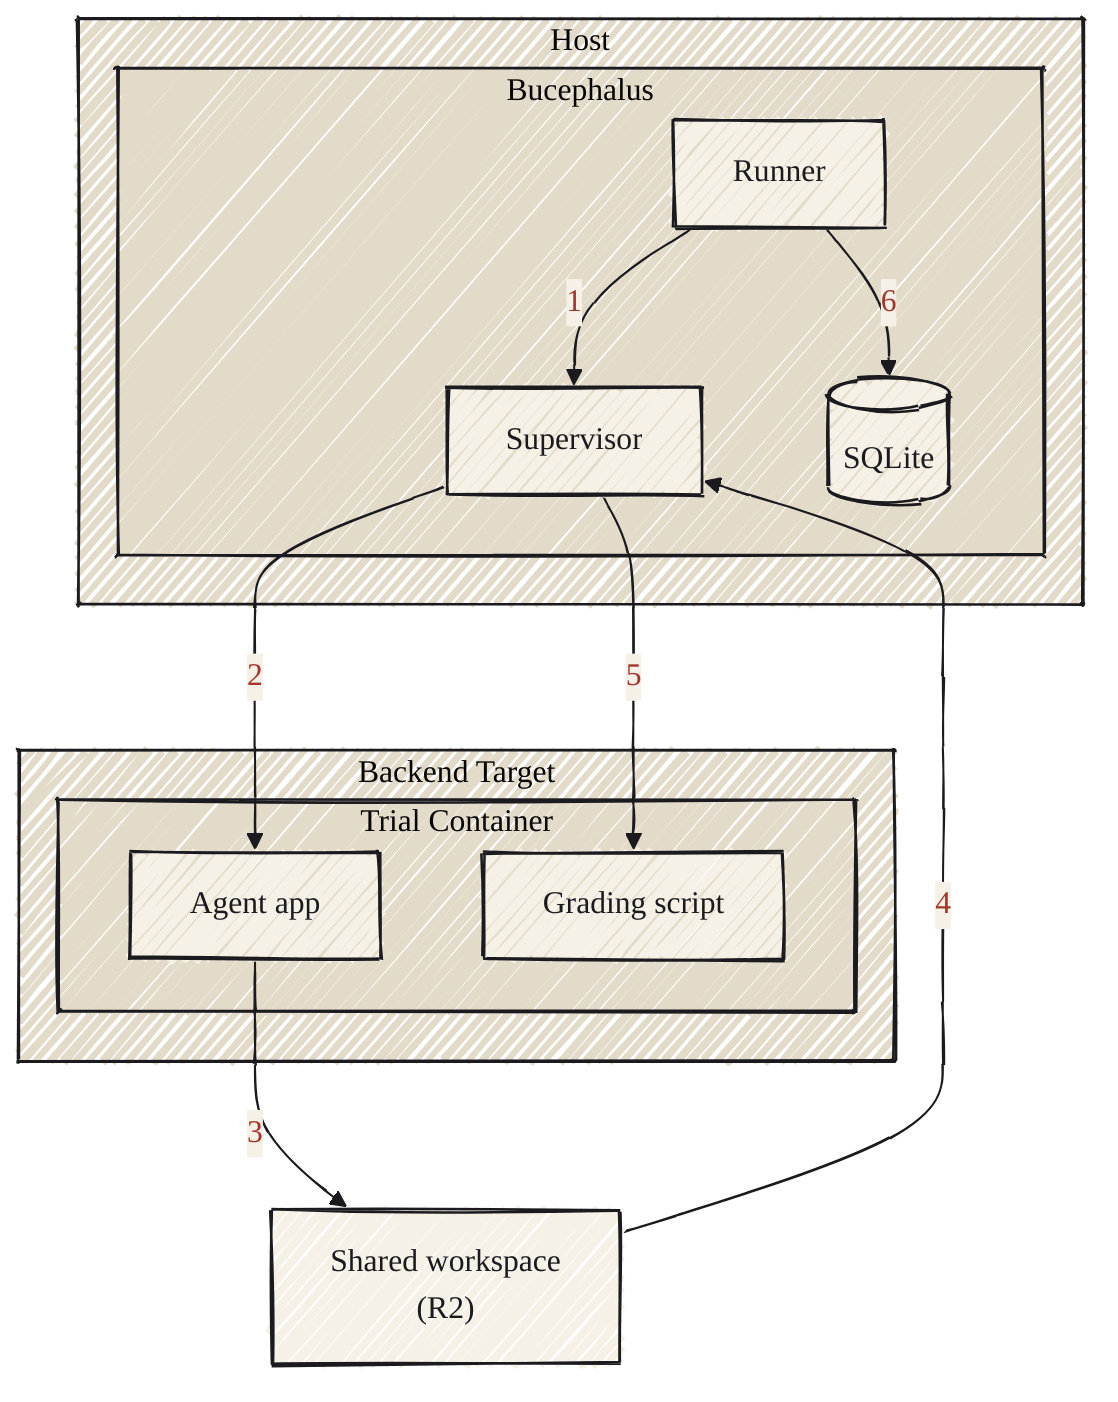
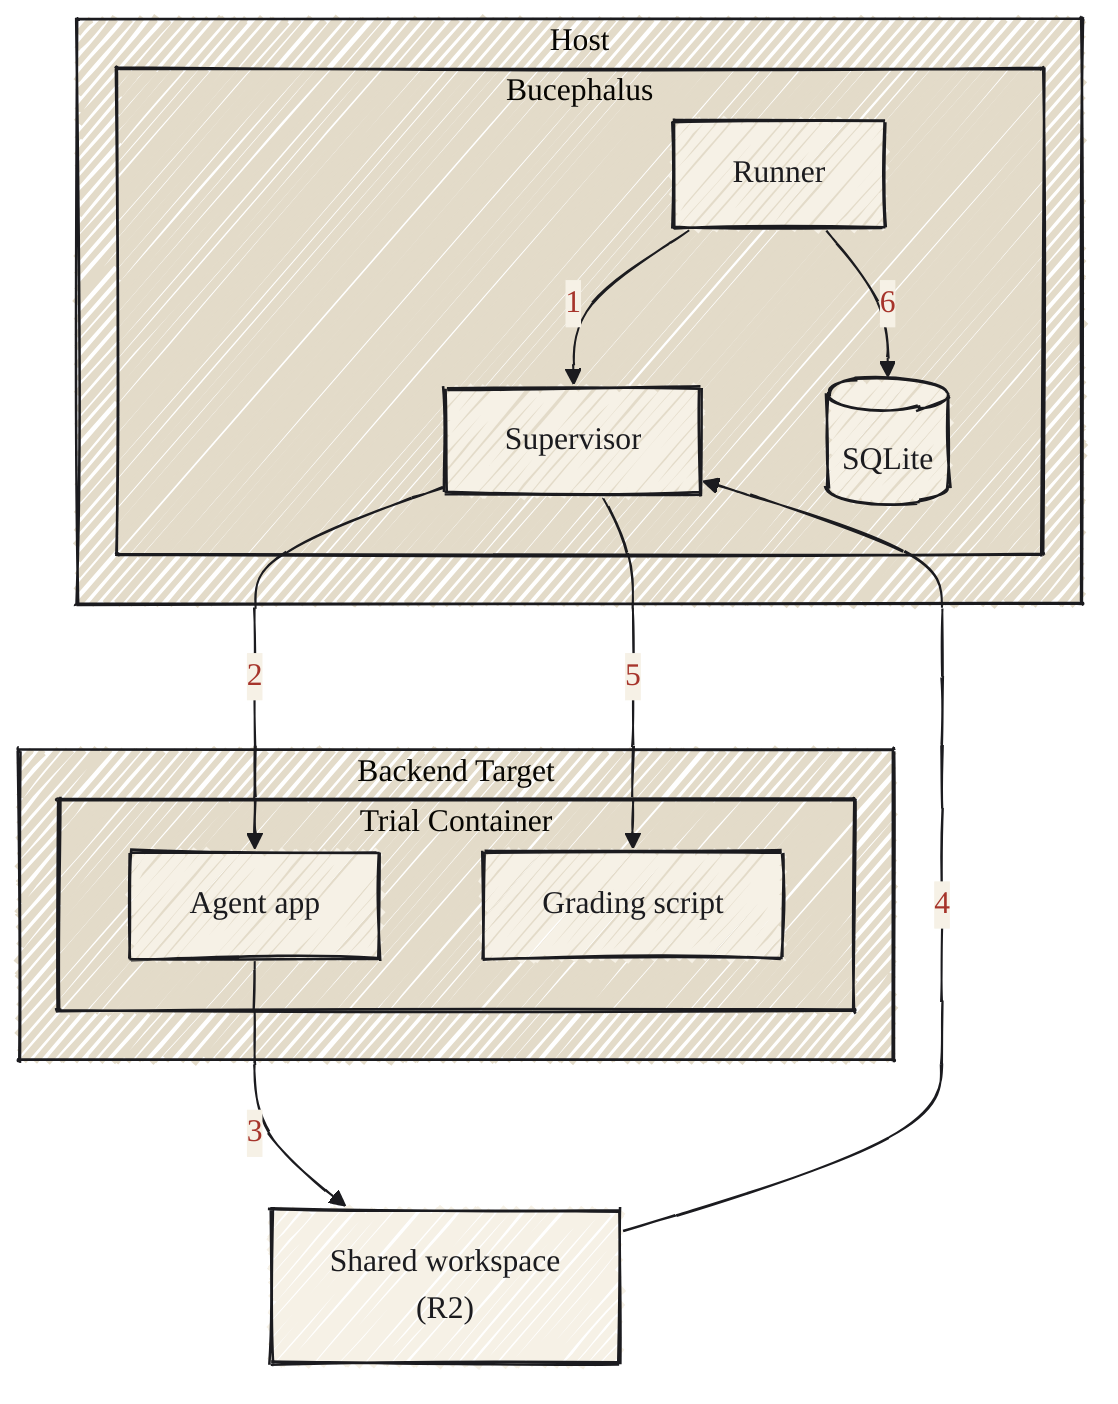
%%{init: {
  "look": "handDrawn",
  "theme": "base",
  "themeVariables": {
-     "fontFamily": "Georgia, serif",
+     "fontFamily": "Charter, Georgia, serif",
    "primaryColor": "#F6F1E6",
    "primaryBorderColor": "#1B1B1F",
    "primaryTextColor": "#1B1B1F",
    "lineColor": "#1B1B1F",
    "textColor": "#1B1B1F",
    "clusterBkg": "#E3DBC9",
    "clusterBorder": "#1B1B1F",
    "edgeLabelBackground": "#F6F1E6"
  }
}}%%
flowchart TB
  subgraph host["Host"]
    subgraph buce["Bucephalus"]
      runner["Runner"]
      sup["Supervisor"]
      db[("SQLite")]
    end
  end

  subgraph backend["Backend Target"]
    subgraph trial["Trial Container"]
      agent["Agent app"]
      grader["Grading script"]
    end
  end

  ws["Shared workspace<br/>(R2)"]

  runner -->|"1"| sup
  sup -->|"2"| agent
  agent -->|"3"| ws
  ws -->|"4"| sup
  sup -->|"5"| grader
  runner -->|"6"| db

  linkStyle 0,1,2,3,4,5 color:#A6342B
